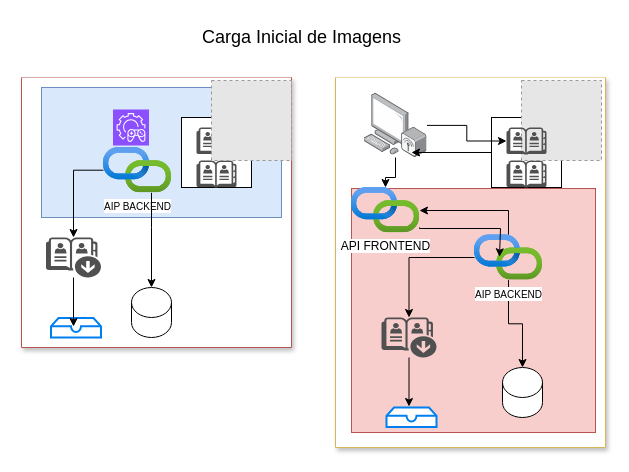
Before: IMAGENS.drawio in micheltiago/docs-arq-ref-t01, a draw.io diagram. Source tidied: cells renumbered, new cells numbered last; positions are measured from the earlier drawing's top-left corner, leaving out a move shared by most shapes. Both pictures are drawn from the tidied source at 100%, with x=0, y=0 at pixel (21, 17). Pictures stored in the file or linked from it are replaced by grey dashed boxes.
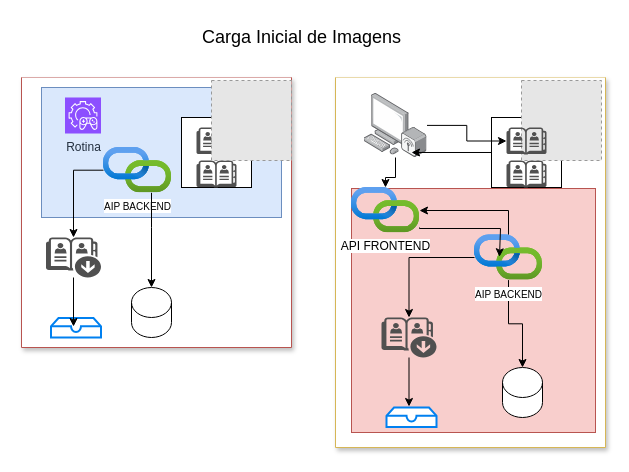
Above is the later version.

The change refers to these unchanged cells:
```xml
<mxCell id="7" style="swimlane;startSize=0;fillColor=#f8cecc;shadow=1;strokeColor=#b85450;labelBackgroundColor=#CCFF99;gradientColor=none;rounded=0;textShadow=1;swimlaneFillColor=default;" parent="1" vertex="1">
  <mxGeometry y="60" width="270" height="270" as="geometry" />
</mxCell>
```

Diff of the diagram source:
```diff
@@
-    <mxCell id="10" style="sketch=0;fontColor=#232F3E;fillColor=#8C4FFF;strokeColor=#ffffff;dashed=0;verticalLabelPosition=bottom;verticalAlign=top;align=center;html=1;fontSize=12;fontStyle=0;shape=mxgraph.aws4.resourceIcon;resIcon=mxgraph.aws4.open_3d_engine_2;" parent="7" vertex="1">
-      <mxGeometry x="91.5" y="32" width="36" height="36" as="geometry" />
+    <mxCell id="10" value="Rotina" style="sketch=0;fontColor=#232F3E;fillColor=#8C4FFF;strokeColor=#ffffff;dashed=0;verticalLabelPosition=bottom;verticalAlign=top;align=center;html=1;fontSize=12;fontStyle=0;shape=mxgraph.aws4.resourceIcon;resIcon=mxgraph.aws4.open_3d_engine_2;" parent="7" vertex="1">
+      <mxGeometry x="43.5" y="20" width="36" height="36" as="geometry" />
     </mxCell>
```
